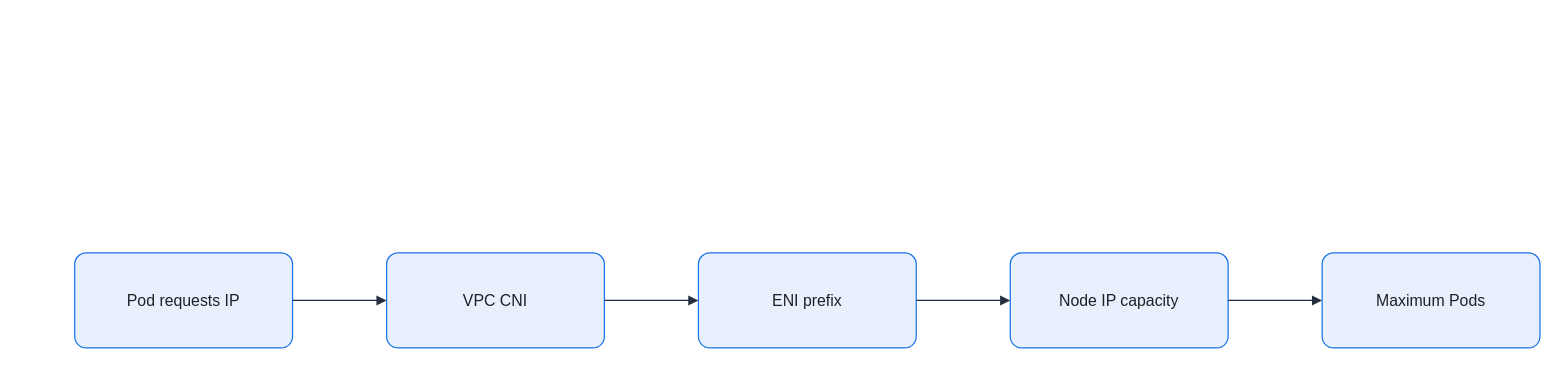
Above: assets/img/aws/eks-max-pods-prefix-mode.drawio in KKamJi98/kkamji98.github.io (draw.io), before the change. Source tidied: cells renumbered, new cells numbered last; positions are measured from the earlier drawing's top-left corner, leaving out a move shared by most shapes. Both pictures are drawn from the tidied source at 99%, with x=0, y=0 at pixel (74, 252).
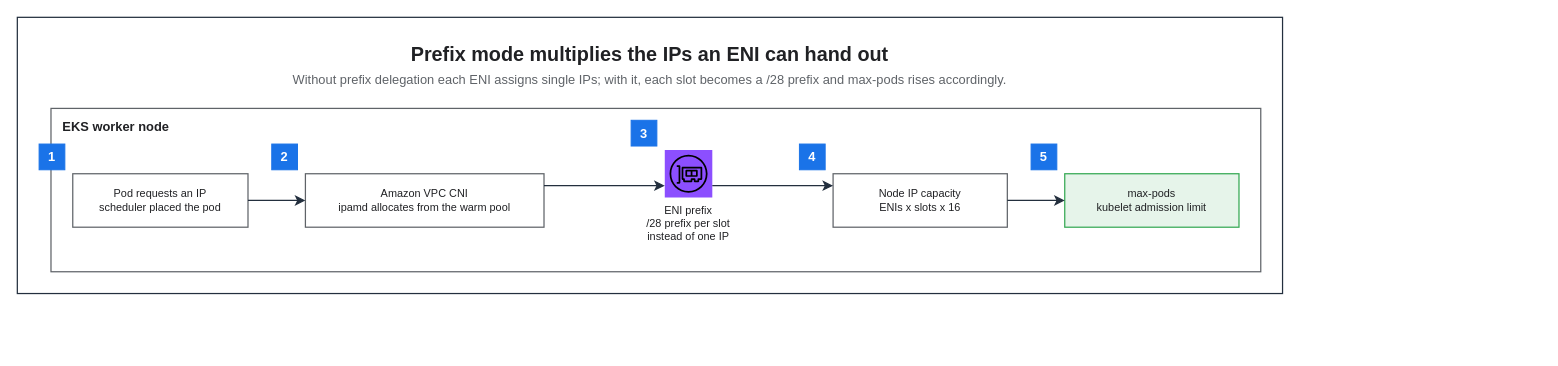
The same page after the edit.

What changed in the source:
```diff
@@
 <mxGraphModel background="#FFFFFF">
   <root>
     <mxCell id="0" />
     <mxCell id="1" parent="0" />
-    <mxCell id="2" value="Pod requests IP" style="rounded=1;arcSize=12;whiteSpace=wrap;html=0;fillColor=#E8F0FE;strokeColor=#1A73E8;strokeWidth=1.25;fontColor=#202124;fontSize=16;align=center;verticalAlign=middle;spacing=8;shadow=0;" parent="1" vertex="1">
-      <mxGeometry width="220" height="96" as="geometry" />
-    </mxCell>
-    <mxCell id="3" value="VPC CNI" style="rounded=1;arcSize=12;whiteSpace=wrap;html=0;fillColor=#E8F0FE;strokeColor=#1A73E8;strokeWidth=1.25;fontColor=#202124;fontSize=16;align=center;verticalAlign=middle;spacing=8;shadow=0;" parent="1" vertex="1">
-      <mxGeometry x="315" width="220" height="96" as="geometry" />
-    </mxCell>
-    <mxCell id="4" value="ENI prefix" style="rounded=1;arcSize=12;whiteSpace=wrap;html=0;fillColor=#E8F0FE;strokeColor=#1A73E8;strokeWidth=1.25;fontColor=#202124;fontSize=16;align=center;verticalAlign=middle;spacing=8;shadow=0;" parent="1" vertex="1">
-      <mxGeometry x="630" width="220" height="96" as="geometry" />
-    </mxCell>
-    <mxCell id="5" value="Node IP capacity" style="rounded=1;arcSize=12;whiteSpace=wrap;html=0;fillColor=#E8F0FE;strokeColor=#1A73E8;strokeWidth=1.25;fontColor=#202124;fontSize=16;align=center;verticalAlign=middle;spacing=8;shadow=0;" parent="1" vertex="1">
-      <mxGeometry x="945" width="220" height="96" as="geometry" />
-    </mxCell>
-    <mxCell id="6" value="Maximum Pods" style="rounded=1;arcSize=12;whiteSpace=wrap;html=0;fillColor=#E8F0FE;strokeColor=#1A73E8;strokeWidth=1.25;fontColor=#202124;fontSize=16;align=center;verticalAlign=middle;spacing=8;shadow=0;" parent="1" vertex="1">
-      <mxGeometry x="1260" width="220" height="96" as="geometry" />
-    </mxCell>
-    <mxCell id="7" style="edgeStyle=orthogonalEdgeStyle;rounded=0;jettySize=auto;html=0;endArrow=block;endFill=1;strokeColor=#232F3E;strokeWidth=1.25;fontColor=#202124;labelBackgroundColor=none;exitX=1;exitY=0.5;exitDx=0;exitDy=0;entryX=0;entryY=0.5;entryDx=0;entryDy=0;endSize=7;" parent="1" edge="1" source="2" target="3">
-      <mxGeometry relative="1" as="geometry" />
-    </mxCell>
-    <mxCell id="8" style="edgeStyle=orthogonalEdgeStyle;rounded=0;jettySize=auto;html=0;endArrow=block;endFill=1;strokeColor=#232F3E;strokeWidth=1.25;fontColor=#202124;labelBackgroundColor=none;exitX=1;exitY=0.5;exitDx=0;exitDy=0;entryX=0;entryY=0.5;entryDx=0;entryDy=0;endSize=7;" parent="1" edge="1" source="3" target="4">
-      <mxGeometry relative="1" as="geometry" />
-    </mxCell>
-    <mxCell id="9" style="edgeStyle=orthogonalEdgeStyle;rounded=0;jettySize=auto;html=0;endArrow=block;endFill=1;strokeColor=#232F3E;strokeWidth=1.25;fontColor=#202124;labelBackgroundColor=none;exitX=1;exitY=0.5;exitDx=0;exitDy=0;entryX=0;entryY=0.5;entryDx=0;entryDy=0;endSize=7;" parent="1" edge="1" source="4" target="5">
-      <mxGeometry relative="1" as="geometry" />
-    </mxCell>
-    <mxCell id="10" style="edgeStyle=orthogonalEdgeStyle;rounded=0;jettySize=auto;html=0;endArrow=block;endFill=1;strokeColor=#232F3E;strokeWidth=1.25;fontColor=#202124;labelBackgroundColor=none;exitX=1;exitY=0.5;exitDx=0;exitDy=0;entryX=0;entryY=0.5;entryDx=0;entryDy=0;endSize=7;" parent="1" edge="1" source="5" target="6">
-      <mxGeometry relative="1" as="geometry" />
-    </mxCell>
+    <mxCell id="11" style="rounded=0;html=0;fillColor=none;strokeColor=#232F3E;fontColor=#202124;strokeWidth=1.25;" parent="1" vertex="1">
+      <mxGeometry x="-58" y="-238" width="1278" height="279" as="geometry" />
+    </mxCell>
+    <mxCell id="12" value="Prefix mode multiplies the IPs an ENI can hand out" style="text;html=0;whiteSpace=wrap;fillColor=none;strokeColor=none;fontColor=#202124;fontSize=20;fontStyle=1;align=center;verticalAlign=middle;" parent="1" vertex="1">
+      <mxGeometry x="-36" y="-216" width="1234" height="30" as="geometry" />
+    </mxCell>
+    <mxCell id="13" value="Without prefix delegation each ENI assigns single IPs; with it, each slot becomes a /28 prefix and max-pods rises accordingly." style="text;html=0;whiteSpace=wrap;fillColor=none;strokeColor=none;fontColor=#5F6368;fontSize=13;fontStyle=0;align=center;verticalAlign=middle;" parent="1" vertex="1">
+      <mxGeometry x="-36" y="-186" width="1234" height="22" as="geometry" />
+    </mxCell>
+    <mxCell id="14" value="EKS worker node" style="rounded=0;whiteSpace=wrap;html=0;fillColor=none;strokeColor=#5F6368;fontColor=#202124;fontSize=13;fontStyle=1;align=left;verticalAlign=top;spacingLeft=10;spacingTop=4;strokeWidth=1.25;dashed=0;" parent="1" vertex="1">
+      <mxGeometry x="-24" y="-146" width="1222" height="165" as="geometry" />
+    </mxCell>
+    <mxCell id="15" value="Pod requests an IP&#10;scheduler placed the pod" style="rounded=0;whiteSpace=wrap;html=0;fillColor=#FFFFFF;strokeColor=#5F6368;fontColor=#202124;fontSize=11;fontStyle=0;align=center;verticalAlign=middle;spacingLeft=6;spacingRight=6;strokeWidth=1.25;" parent="1" vertex="1">
+      <mxGeometry x="-2" y="-80" width="177" height="54" as="geometry" />
+    </mxCell>
+    <mxCell id="16" value="Amazon VPC CNI&#10;ipamd allocates from the warm pool" style="rounded=0;whiteSpace=wrap;html=0;fillColor=#FFFFFF;strokeColor=#5F6368;fontColor=#202124;fontSize=11;fontStyle=0;align=center;verticalAlign=middle;spacingLeft=6;spacingRight=6;strokeWidth=1.25;" parent="1" vertex="1">
+      <mxGeometry x="233" y="-80" width="241" height="54" as="geometry" />
+    </mxCell>
+    <mxCell id="17" value="ENI prefix&#10;/28 prefix per slot&#10;instead of one IP" style="sketch=0;outlineConnect=0;gradientColor=none;html=0;whiteSpace=nowrap;fontSize=11;fontStyle=0;fontColor=#202124;verticalLabelPosition=bottom;verticalAlign=top;align=center;labelBackgroundColor=none;fillColor=#8C4FFF;strokeColor=none;dashed=0;shape=mxgraph.aws4.resourceIcon;resIcon=mxgraph.aws4.elastic_network_interface;" parent="1" vertex="1">
+      <mxGeometry x="596" y="-104" width="48" height="48" as="geometry" />
+    </mxCell>
+    <mxCell id="18" value="Node IP capacity&#10;ENIs x slots x 16" style="rounded=0;whiteSpace=wrap;html=0;fillColor=#FFFFFF;strokeColor=#5F6368;fontColor=#202124;fontSize=11;fontStyle=0;align=center;verticalAlign=middle;spacingLeft=6;spacingRight=6;strokeWidth=1.25;" parent="1" vertex="1">
+      <mxGeometry x="766" y="-80" width="176" height="54" as="geometry" />
+    </mxCell>
+    <mxCell id="19" value="max-pods&#10;kubelet admission limit" style="rounded=0;whiteSpace=wrap;html=0;fillColor=#E6F4EA;strokeColor=#34A853;fontColor=#202124;fontSize=11;fontStyle=0;align=center;verticalAlign=middle;spacingLeft=6;spacingRight=6;strokeWidth=1.25;" parent="1" vertex="1">
+      <mxGeometry x="1000" y="-80" width="176" height="54" as="geometry" />
+    </mxCell>
+    <mxCell id="20" value="1" style="rounded=0;whiteSpace=wrap;html=0;fillColor=#1A73E8;strokeColor=#1A73E8;fontColor=#FFFFFF;fontSize=13;fontStyle=1;align=center;verticalAlign=middle;" parent="1" vertex="1">
+      <mxGeometry x="-36" y="-110" width="26" height="26" as="geometry" />
+    </mxCell>
+    <mxCell id="21" value="2" style="rounded=0;whiteSpace=wrap;html=0;fillColor=#1A73E8;strokeColor=#1A73E8;fontColor=#FFFFFF;fontSize=13;fontStyle=1;align=center;verticalAlign=middle;" parent="1" vertex="1">
+      <mxGeometry x="199" y="-110" width="26" height="26" as="geometry" />
+    </mxCell>
+    <mxCell id="22" value="3" style="rounded=0;whiteSpace=wrap;html=0;fillColor=#1A73E8;strokeColor=#1A73E8;fontColor=#FFFFFF;fontSize=13;fontStyle=1;align=center;verticalAlign=middle;" parent="1" vertex="1">
+      <mxGeometry x="562" y="-134" width="26" height="26" as="geometry" />
+    </mxCell>
+    <mxCell id="23" value="4" style="rounded=0;whiteSpace=wrap;html=0;fillColor=#1A73E8;strokeColor=#1A73E8;fontColor=#FFFFFF;fontSize=13;fontStyle=1;align=center;verticalAlign=middle;" parent="1" vertex="1">
+      <mxGeometry x="732" y="-110" width="26" height="26" as="geometry" />
+    </mxCell>
+    <mxCell id="24" value="5" style="rounded=0;whiteSpace=wrap;html=0;fillColor=#1A73E8;strokeColor=#1A73E8;fontColor=#FFFFFF;fontSize=13;fontStyle=1;align=center;verticalAlign=middle;" parent="1" vertex="1">
+      <mxGeometry x="966" y="-110" width="26" height="26" as="geometry" />
+    </mxCell>
+    <mxCell id="25" style="edgeStyle=orthogonalEdgeStyle;rounded=0;html=0;strokeColor=#232F3E;strokeWidth=1.25;endArrow=classic;endFill=1;endSize=7;fontSize=11;fontColor=#202124;labelBackgroundColor=none;jettySize=14;exitX=1;exitY=0.5;entryX=0;entryY=0.5;exitDx=0;exitDy=0;entryDx=0;entryDy=0;" parent="1" edge="1" source="15" target="16">
+      <mxGeometry relative="1" as="geometry" />
+    </mxCell>
+    <mxCell id="26" style="edgeStyle=orthogonalEdgeStyle;rounded=0;html=0;strokeColor=#232F3E;strokeWidth=1.25;endArrow=classic;endFill=1;endSize=7;fontSize=11;fontColor=#202124;labelBackgroundColor=none;jettySize=14;exitX=1;exitY=0.2222;entryX=0;entryY=0.75;exitDx=0;exitDy=0;entryDx=0;entryDy=0;" parent="1" edge="1" source="16" target="17">
+      <mxGeometry relative="1" as="geometry" />
+    </mxCell>
+    <mxCell id="27" style="edgeStyle=orthogonalEdgeStyle;rounded=0;html=0;strokeColor=#232F3E;strokeWidth=1.25;endArrow=classic;endFill=1;endSize=7;fontSize=11;fontColor=#202124;labelBackgroundColor=none;jettySize=14;exitX=1;exitY=0.75;entryX=0;entryY=0.2222;exitDx=0;exitDy=0;entryDx=0;entryDy=0;" parent="1" edge="1" source="17" target="18">
+      <mxGeometry relative="1" as="geometry" />
+    </mxCell>
+    <mxCell id="28" style="edgeStyle=orthogonalEdgeStyle;rounded=0;html=0;strokeColor=#232F3E;strokeWidth=1.25;endArrow=classic;endFill=1;endSize=7;fontSize=11;fontColor=#202124;labelBackgroundColor=none;jettySize=14;exitX=1;exitY=0.5;entryX=0;entryY=0.5;exitDx=0;exitDy=0;entryDx=0;entryDy=0;" parent="1" edge="1" source="18" target="19">
+      <mxGeometry relative="1" as="geometry" />
+    </mxCell>
   </root>
 </mxGraphModel>
```
